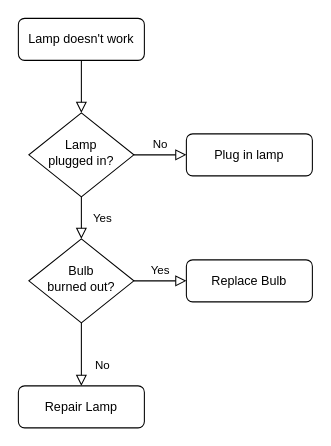
Before: Untitled Diagram.drawio in CisLo/otro, a draw.io diagram. Source tidied: cells renumbered, new cells numbered last; positions are measured from the earlier drawing's top-left corner, leaving out a move shared by most shapes. Both pictures are drawn from the tidied source at 105%, with x=0, y=0 at pixel (18, 18).
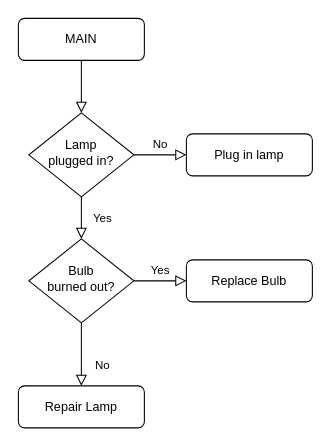
After the change.

Change to the diagram source:
```diff
@@
 <mxGraphModel>
   <root>
     <mxCell id="0" />
     <mxCell id="1" parent="0" />
     <mxCell id="2" style="rounded=0;html=1;jettySize=auto;fontSize=11;endArrow=block;endFill=0;endSize=8;strokeWidth=1;shadow=0;labelBackgroundColor=none;edgeStyle=orthogonalEdgeStyle;" parent="1" edge="1" source="3" target="6">
       <mxGeometry relative="1" as="geometry" />
     </mxCell>
-    <mxCell id="3" value="Lamp doesn't work" style="rounded=1;whiteSpace=wrap;html=1;fontSize=12;glass=0;strokeWidth=1;shadow=0;" parent="1" vertex="1">
+    <mxCell id="3" value="MAIN" style="rounded=1;whiteSpace=wrap;html=1;fontSize=12;glass=0;strokeWidth=1;shadow=0;" parent="1" vertex="1">
       <mxGeometry width="120" height="40" as="geometry" />
     </mxCell>
     <mxCell id="4" value="Yes" style="rounded=0;html=1;jettySize=auto;fontSize=11;endArrow=block;endFill=0;endSize=8;strokeWidth=1;shadow=0;labelBackgroundColor=none;edgeStyle=orthogonalEdgeStyle;" parent="1" edge="1" source="6" target="10">
       <mxGeometry y="20" relative="1" as="geometry" />
     </mxCell>
     <mxCell id="5" value="No" style="edgeStyle=orthogonalEdgeStyle;rounded=0;html=1;jettySize=auto;fontSize=11;endArrow=block;endFill=0;endSize=8;strokeWidth=1;shadow=0;labelBackgroundColor=none;" parent="1" edge="1" source="6" target="7">
       <mxGeometry y="10" relative="1" as="geometry" />
     </mxCell>
     <mxCell id="6" value="Lamp&lt;br&gt;plugged in?" style="rhombus;whiteSpace=wrap;html=1;shadow=0;fontFamily=Helvetica;fontSize=12;align=center;strokeWidth=1;spacing=6;spacingTop=-4;" parent="1" vertex="1">
       <mxGeometry x="10" y="90" width="100" height="80" as="geometry" />
     </mxCell>
     <mxCell id="7" value="Plug in lamp" style="rounded=1;whiteSpace=wrap;html=1;fontSize=12;glass=0;strokeWidth=1;shadow=0;" parent="1" vertex="1">
       <mxGeometry x="160" y="110" width="120" height="40" as="geometry" />
     </mxCell>
     <mxCell id="8" value="No" style="rounded=0;html=1;jettySize=auto;fontSize=11;endArrow=block;endFill=0;endSize=8;strokeWidth=1;shadow=0;labelBackgroundColor=none;edgeStyle=orthogonalEdgeStyle;" parent="1" edge="1" source="10" target="11">
       <mxGeometry x="0.33" y="20" relative="1" as="geometry" />
     </mxCell>
     <mxCell id="9" value="Yes" style="edgeStyle=orthogonalEdgeStyle;rounded=0;html=1;jettySize=auto;fontSize=11;endArrow=block;endFill=0;endSize=8;strokeWidth=1;shadow=0;labelBackgroundColor=none;" parent="1" edge="1" source="10" target="12">
       <mxGeometry y="10" relative="1" as="geometry" />
     </mxCell>
     <mxCell id="10" value="Bulb&lt;br&gt;burned out?" style="rhombus;whiteSpace=wrap;html=1;shadow=0;fontFamily=Helvetica;fontSize=12;align=center;strokeWidth=1;spacing=6;spacingTop=-4;" parent="1" vertex="1">
       <mxGeometry x="10" y="210" width="100" height="80" as="geometry" />
     </mxCell>
     <mxCell id="11" value="Repair Lamp" style="rounded=1;whiteSpace=wrap;html=1;fontSize=12;glass=0;strokeWidth=1;shadow=0;" parent="1" vertex="1">
       <mxGeometry y="350" width="120" height="40" as="geometry" />
     </mxCell>
     <mxCell id="12" value="Replace Bulb" style="rounded=1;whiteSpace=wrap;html=1;fontSize=12;glass=0;strokeWidth=1;shadow=0;" parent="1" vertex="1">
       <mxGeometry x="160" y="230" width="120" height="40" as="geometry" />
     </mxCell>
   </root>
 </mxGraphModel>
```
